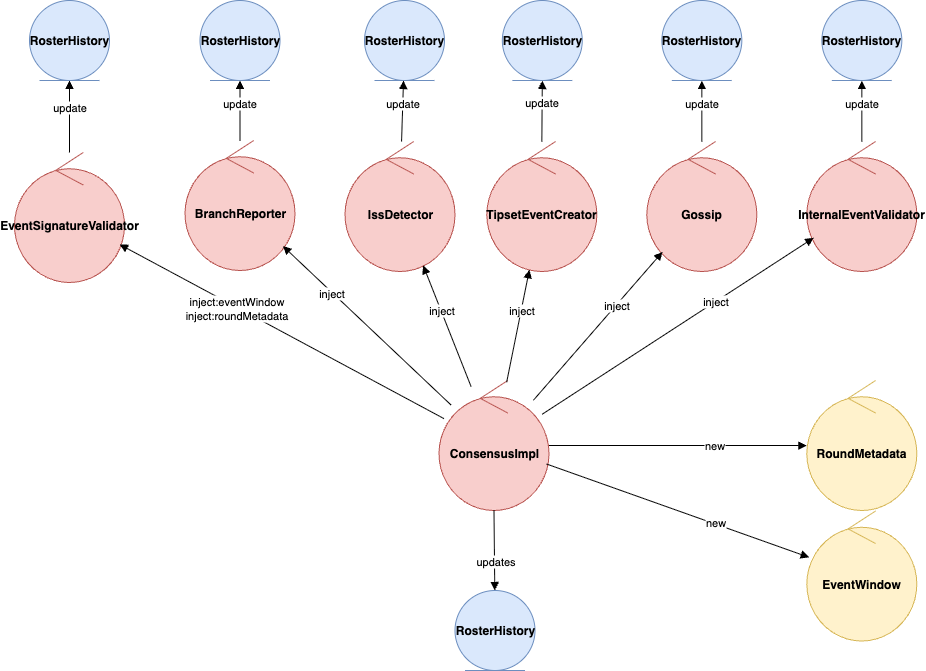
This is platform-sdk/docs/proposals/roster-refactor/roster-updates.png from hiero-ledger/hiero-consensus-node, a draw.io export, as it was before one commit. Source tidied: cells renumbered, new cells last; positions are measured from the earlier drawing's top-left corner, leaving out a move shared by most shapes.
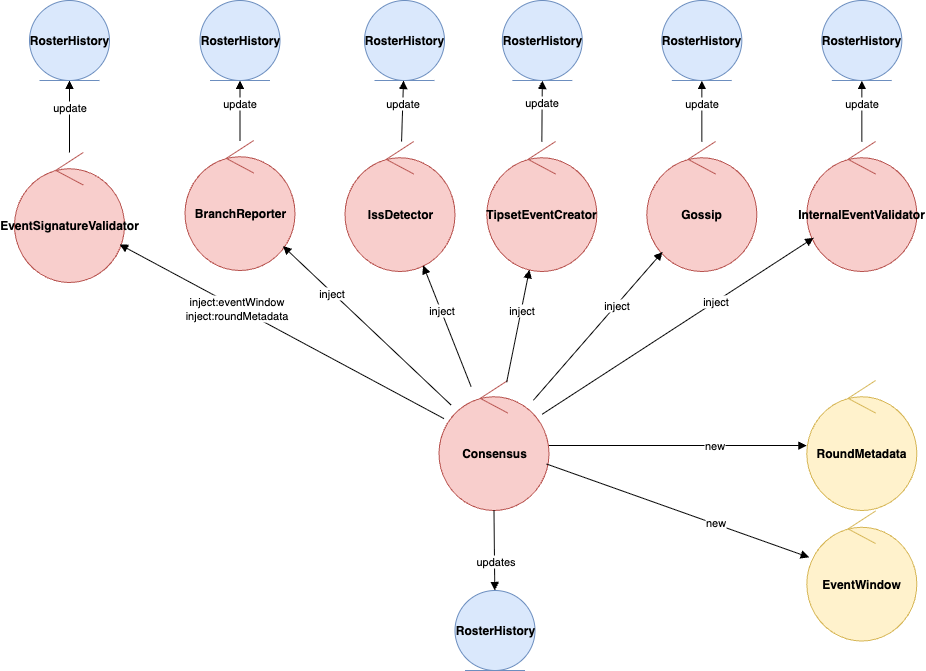
The same file after the commit.

The edit, as a diff of the source:
```diff
@@ -11,7 +11,7 @@
     <mxCell id="4" value="&lt;b&gt;BranchReporter&lt;/b&gt;" style="ellipse;shape=umlControl;whiteSpace=wrap;html=1;fillColor=#f8cecc;strokeColor=#b85450;" parent="1" vertex="1">
       <mxGeometry x="170.5" y="140" width="110" height="130" as="geometry" />
     </mxCell>
-    <mxCell id="5" value="&lt;b&gt;ConsensusImpl&lt;/b&gt;" style="ellipse;shape=umlControl;whiteSpace=wrap;html=1;fillColor=#f8cecc;strokeColor=#b85450;" parent="1" vertex="1">
+    <mxCell id="5" value="&lt;b&gt;Consensus&lt;/b&gt;" style="ellipse;shape=umlControl;whiteSpace=wrap;html=1;fillColor=#f8cecc;strokeColor=#b85450;" parent="1" vertex="1">
       <mxGeometry x="424.5" y="380" width="110" height="130" as="geometry" />
     </mxCell>
     <mxCell id="6" value="&lt;b&gt;EventSignatureValidator&lt;/b&gt;" style="ellipse;shape=umlControl;whiteSpace=wrap;html=1;fillColor=#f8cecc;strokeColor=#b85450;" parent="1" vertex="1">
```
